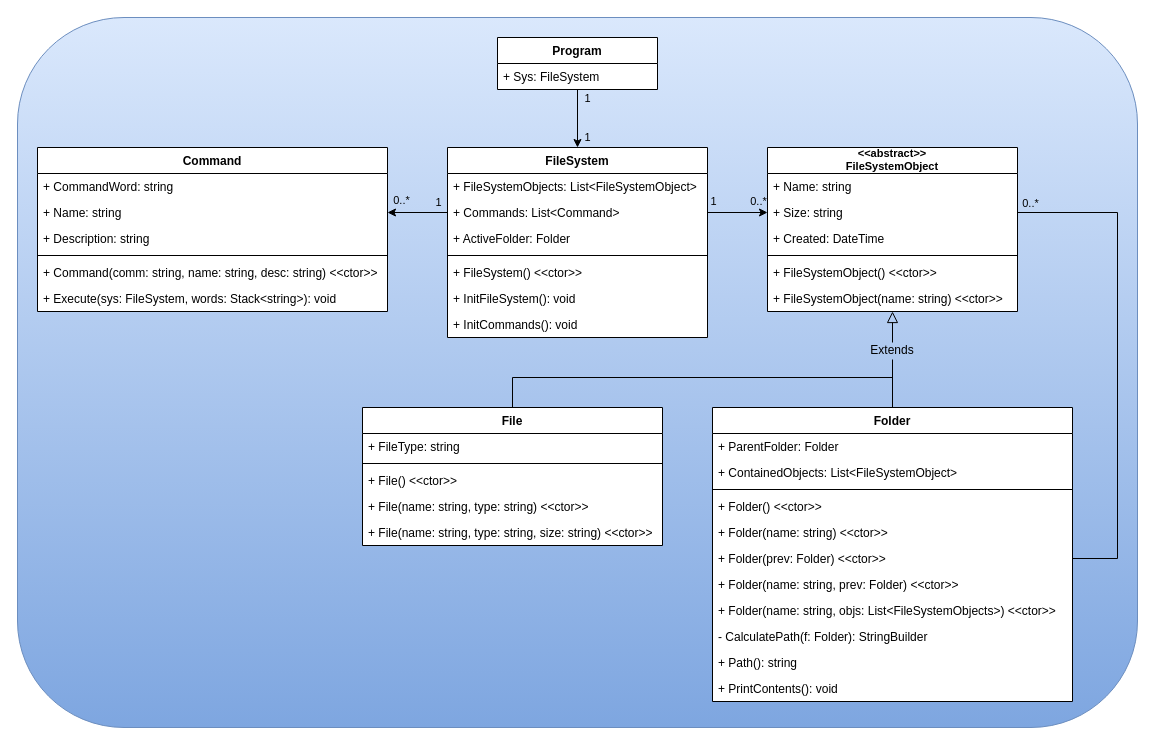
RyanLawWilson/FileSystem keeps this draw.io diagram as FileSystem/documents/class_diagram.drawio. Above is the earlier version. Source tidied: cells renumbered, new cells numbered last; positions are measured from the earlier drawing's top-left corner, leaving out a move shared by most shapes. Both pictures are drawn from the tidied source at 100%, with x=0, y=0 at pixel (17, 17).
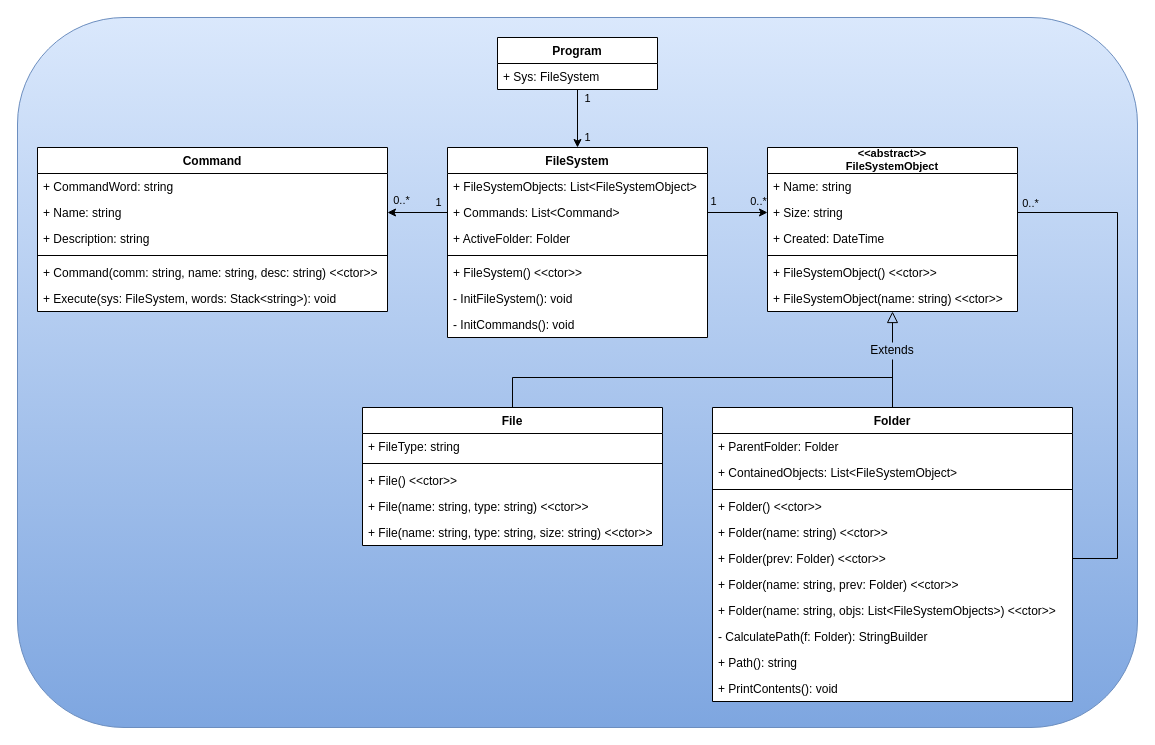
The same diagram, later.

Commit message (it also covers changes not shown here):
Updated the UML diagram

Unchanged cells that the change refers to:
```xml
<mxCell id="11" value="FileSystem" style="swimlane;fontStyle=1;align=center;verticalAlign=top;horizontal=1;startSize=26;labelBackgroundColor=none;" parent="1" vertex="1">
  <mxGeometry x="430" y="130" width="260" height="190" as="geometry" />
</mxCell>
```

The edit, as a diff of the source:
```diff
@@
-    <mxCell id="17" value="+ InitFileSystem(): void" style="text;strokeColor=none;fillColor=none;align=left;verticalAlign=top;spacingLeft=4;spacingRight=4;overflow=hidden;" parent="11" vertex="1">
+    <mxCell id="17" value="- InitFileSystem(): void" style="text;strokeColor=none;fillColor=none;align=left;verticalAlign=top;spacingLeft=4;spacingRight=4;overflow=hidden;" parent="11" vertex="1">
       <mxGeometry y="138" width="260" height="26" as="geometry" />
     </mxCell>
-    <mxCell id="18" value="+ InitCommands(): void" style="text;strokeColor=none;fillColor=none;align=left;verticalAlign=top;spacingLeft=4;spacingRight=4;overflow=hidden;" parent="11" vertex="1">
+    <mxCell id="18" value="- InitCommands(): void" style="text;strokeColor=none;fillColor=none;align=left;verticalAlign=top;spacingLeft=4;spacingRight=4;overflow=hidden;" parent="11" vertex="1">
       <mxGeometry y="164" width="260" height="26" as="geometry" />
     </mxCell>
```
